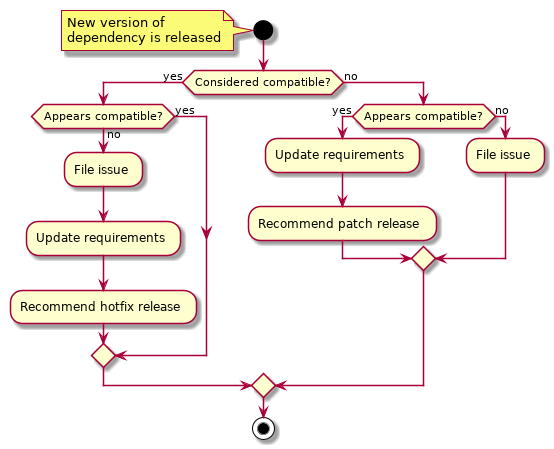
This is 999_dependency_management/workflow.png from aiidateam/AEP, a PlantUML export, as it was before one commit.
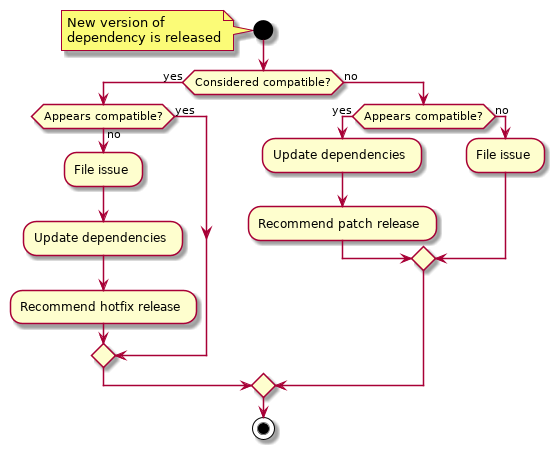
Later version of the same file.

Commit message:
Clarify role of DM in updating dependencies.

And redefine "requirements" as "installation dependencies".

Change to the diagram source:
```diff
@@ -8,12 +8,12 @@
   if (Appears compatible?) then (yes)
   else (no)
     :File issue;
-    :Update requirements;
+    :Update dependencies;
     :Recommend hotfix release;
   endif
 else (no)
   if (Appears compatible?) then (yes)
-    :Update requirements;
+    :Update dependencies;
     :Recommend patch release;
   else (no)
     :File issue;
```
